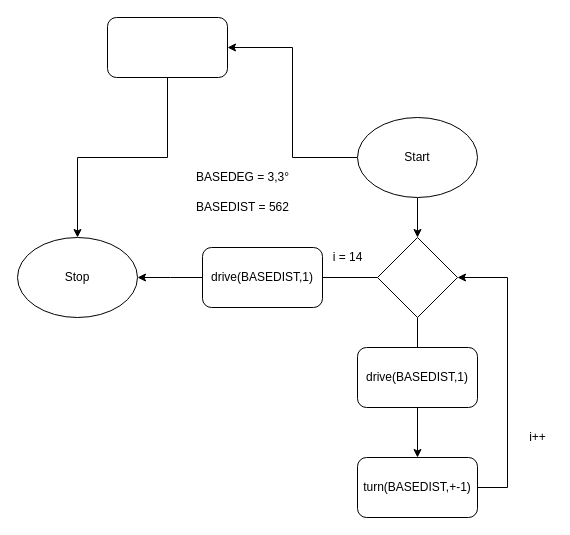
Earlier version of the draw.io diagram verkefni2/verkefni2b.drawio (Davygod/ROBO2RG05AU-1). Source tidied: cells renumbered, new cells numbered last; positions are measured from the earlier drawing's top-left corner, leaving out a move shared by most shapes. Both pictures are drawn from the tidied source at 100%, with x=0, y=0 at pixel (17, 17).
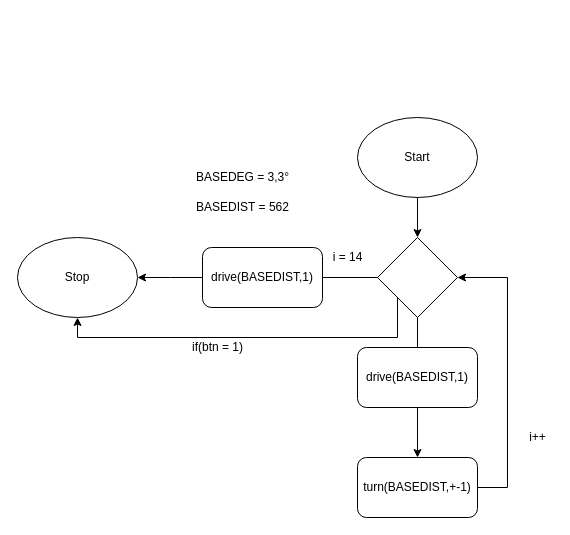
The same page after the edit.

Unchanged cells that the change refers to:
```xml
<mxCell id="4" value="Start" style="ellipse;whiteSpace=wrap;html=1;" parent="1" vertex="1">
  <mxGeometry x="340" y="100" width="120" height="80" as="geometry" />
</mxCell>
<mxCell id="7" style="rhombus;whiteSpace=wrap;html=1;" parent="1" vertex="1">
  <mxGeometry x="360" y="220" width="80" height="80" as="geometry" />
</mxCell>
<mxCell id="13" value="Stop" style="ellipse;whiteSpace=wrap;html=1;" parent="1" vertex="1">
  <mxGeometry y="220" width="120" height="80" as="geometry" />
</mxCell>
```

The edit, as a diff of the source:
```diff
@@
-    <mxCell id="3" style="edgeStyle=orthogonalEdgeStyle;rounded=0;jettySize=auto;html=1;entryX=1;entryY=0.5;entryDx=0;entryDy=0;" parent="1" edge="1" source="4" target="19">
-      <mxGeometry relative="1" as="geometry" />
-    </mxCell>
@@
+    <mxCell id="20" style="edgeStyle=orthogonalEdgeStyle;rounded=0;jettySize=auto;html=1;exitX=0;exitY=1;exitDx=0;exitDy=0;entryX=0.5;entryY=1;entryDx=0;entryDy=0;" parent="1" edge="1" source="7" target="13">
+      <mxGeometry relative="1" as="geometry">
+        <Array as="points">
+          <mxPoint x="380" y="320" />
+          <mxPoint x="60" y="320" />
+        </Array>
+      </mxGeometry>
+    </mxCell>
@@
-    <mxCell id="18" style="edgeStyle=orthogonalEdgeStyle;rounded=0;jettySize=auto;html=1;entryX=0.5;entryY=0;entryDx=0;entryDy=0;" parent="1" edge="1" source="19">
-      <mxGeometry relative="1" as="geometry">
-        <mxPoint x="60" y="220" as="targetPoint" />
-        <Array as="points">
-          <mxPoint x="150" y="140" />
-          <mxPoint x="60" y="140" />
-        </Array>
-      </mxGeometry>
-    </mxCell>
-    <mxCell id="19" style="rounded=1;whiteSpace=wrap;html=1;" parent="1" vertex="1">
-      <mxGeometry x="90" width="120" height="60" as="geometry" />
-    </mxCell>
+    <mxCell id="21" value="if(btn = 1)" style="text;html=1;align=center;verticalAlign=middle;strokeColor=none;fillColor=none;" parent="1" vertex="1">
+      <mxGeometry x="165" y="320" width="70" height="20" as="geometry" />
+    </mxCell>
```
